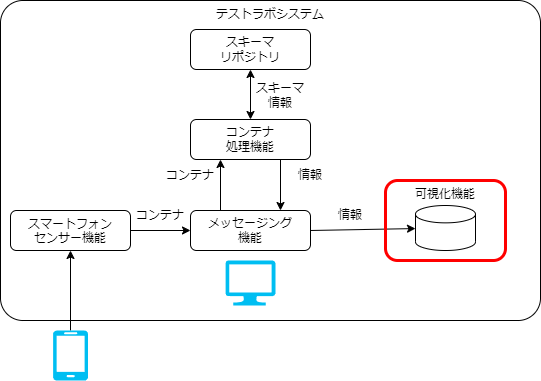
Earlier version of the draw.io export docs/testlab_system/environment/overview_target5.drawio.png (data-container-for-wearable-sensor/StartGuide). Source tidied: cells renumbered, new cells last; positions are measured from the earlier drawing's top-left corner, leaving out a move shared by most shapes.
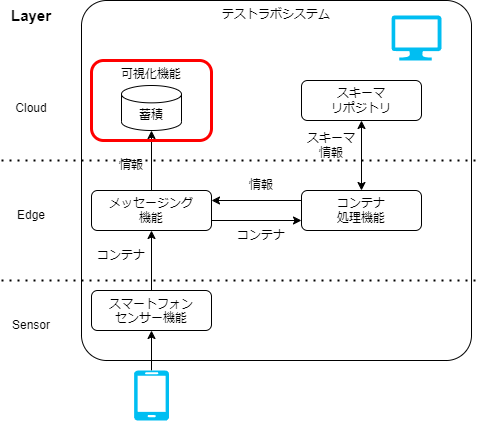
After the change.

Diff of the diagram source:
```diff
@@ -3,64 +3,88 @@
     <mxCell id="0" />
     <mxCell id="1" parent="0" />
     <mxCell id="2" value="テストラボシステム" style="rounded=1;whiteSpace=wrap;html=1;fillColor=none;align=center;verticalAlign=top;arcSize=7;" parent="1" vertex="1">
-      <mxGeometry width="540" height="320" as="geometry" />
+      <mxGeometry x="110" y="90" width="390" height="360" as="geometry" />
     </mxCell>
-    <mxCell id="3" style="edgeStyle=none;html=1;exitX=1;exitY=0.5;exitDx=0;exitDy=0;strokeColor=#000000;strokeWidth=1;" parent="1" edge="1" source="6" target="21">
-      <mxGeometry relative="1" as="geometry" />
-    </mxCell>
+    <mxCell id="5" style="edgeStyle=none;html=1;" parent="1" edge="1" source="4" target="6">
+      <mxGeometry relative="1" as="geometry" />
+    </mxCell>
-    <mxCell id="4" value="&lt;span style=&quot;border-color: var(--border-color);&quot;&gt;スマートフォン&lt;/span&gt;&lt;br style=&quot;border-color: var(--border-color);&quot;&gt;&lt;span style=&quot;border-color: var(--border-color);&quot;&gt;センサー機能&lt;/span&gt;" style="rounded=1;whiteSpace=wrap;html=1;fillColor=none;verticalAlign=top;strokeColor=#000000;shadow=0;" parent="1" vertex="1">
-      <mxGeometry x="10" y="210" width="120" height="40" as="geometry" />
+    <mxCell id="4" value="&lt;span style=&quot;border-color: var(--border-color);&quot;&gt;スマートフォン&lt;/span&gt;&lt;br style=&quot;border-color: var(--border-color);&quot;&gt;&lt;span style=&quot;border-color: var(--border-color);&quot;&gt;センサー機能&lt;/span&gt;" style="rounded=1;whiteSpace=wrap;html=1;fillColor=none;verticalAlign=top;" parent="1" vertex="1">
+      <mxGeometry x="120" y="380" width="120" height="40" as="geometry" />
     </mxCell>
-    <mxCell id="5" style="edgeStyle=none;html=1;entryX=0;entryY=0.5;entryDx=0;entryDy=0;" parent="1" edge="1" source="4" target="6">
-      <mxGeometry relative="1" as="geometry" />
-    </mxCell>
+    <mxCell id="22" style="edgeStyle=none;html=1;" parent="1" edge="1" source="6" target="25">
+      <mxGeometry relative="1" as="geometry" />
+    </mxCell>
-    <mxCell id="6" value="メッセージング&lt;br&gt;機能" style="rounded=1;whiteSpace=wrap;html=1;fillColor=none;strokeColor=#000000;shadow=0;" parent="1" vertex="1">
-      <mxGeometry x="190" y="210" width="120" height="40" as="geometry" />
+    <mxCell id="6" value="メッセージング&lt;br&gt;機能" style="rounded=1;whiteSpace=wrap;html=1;fillColor=none;" parent="1" vertex="1">
+      <mxGeometry x="120" y="280" width="120" height="40" as="geometry" />
     </mxCell>
     <mxCell id="7" value="コンテナ&lt;br&gt;処理機能" style="rounded=1;whiteSpace=wrap;html=1;fillColor=none;" parent="1" vertex="1">
-      <mxGeometry x="190" y="119" width="120" height="40" as="geometry" />
+      <mxGeometry x="330" y="280" width="120" height="40" as="geometry" />
     </mxCell>
-    <mxCell id="8" value="情報" style="text;html=1;strokeColor=none;fillColor=none;align=center;verticalAlign=middle;whiteSpace=wrap;rounded=0;" parent="1" vertex="1">
-      <mxGeometry x="320" y="200" width="60" height="30" as="geometry" />
-    </mxCell>
-    <mxCell id="9" value="コンテナ" style="text;html=1;strokeColor=none;fillColor=none;align=center;verticalAlign=middle;whiteSpace=wrap;rounded=0;" parent="1" vertex="1">
-      <mxGeometry x="130" y="200" width="60" height="30" as="geometry" />
-    </mxCell>
+    <mxCell id="23" value="情報" style="text;html=1;strokeColor=none;fillColor=none;align=center;verticalAlign=middle;whiteSpace=wrap;rounded=0;" parent="1" vertex="1">
+      <mxGeometry x="130" y="240" width="60" height="30" as="geometry" />
+    </mxCell>
+    <mxCell id="24" value="コンテナ" style="text;html=1;strokeColor=none;fillColor=none;align=center;verticalAlign=middle;whiteSpace=wrap;rounded=0;" parent="1" vertex="1">
+      <mxGeometry x="120" y="330" width="60" height="30" as="geometry" />
+    </mxCell>
-    <mxCell id="10" style="endArrow=classic;html=1;exitX=0.25;exitY=0;exitDx=0;exitDy=0;entryX=0.25;entryY=1;entryDx=0;entryDy=0;" parent="1" edge="1" source="6" target="7">
+    <mxCell id="10" style="endArrow=classic;html=1;exitX=1;exitY=0.75;exitDx=0;exitDy=0;entryX=0;entryY=0.75;entryDx=0;entryDy=0;" parent="1" edge="1" source="6" target="7">
       <mxGeometry relative="1" as="geometry" />
     </mxCell>
-    <mxCell id="11" style="endArrow=classic;html=1;exitX=0.75;exitY=1;exitDx=0;exitDy=0;entryX=0.75;entryY=0;entryDx=0;entryDy=0;" parent="1" edge="1" source="7" target="6">
+    <mxCell id="11" style="endArrow=classic;html=1;exitX=0;exitY=0.25;exitDx=0;exitDy=0;entryX=1;entryY=0.25;entryDx=0;entryDy=0;" parent="1" edge="1" source="7" target="6">
       <mxGeometry relative="1" as="geometry" />
     </mxCell>
     <mxCell id="12" value="スキーマ&lt;br&gt;リポジトリ" style="rounded=1;whiteSpace=wrap;html=1;fillColor=none;" parent="1" vertex="1">
-      <mxGeometry x="190" y="29" width="120" height="40" as="geometry" />
+      <mxGeometry x="330" y="170" width="120" height="40" as="geometry" />
     </mxCell>
-    <mxCell id="13" value="コンテナ" style="text;html=1;strokeColor=none;fillColor=none;align=center;verticalAlign=middle;whiteSpace=wrap;rounded=0;" parent="1" vertex="1">
-      <mxGeometry x="160" y="160" width="60" height="30" as="geometry" />
-    </mxCell>
-    <mxCell id="14" value="情報" style="text;html=1;strokeColor=none;fillColor=none;align=center;verticalAlign=middle;whiteSpace=wrap;rounded=0;" parent="1" vertex="1">
-      <mxGeometry x="280" y="160" width="60" height="30" as="geometry" />
-    </mxCell>
+    <mxCell id="25" value="蓄積" style="shape=cylinder3;whiteSpace=wrap;html=1;boundedLbl=1;backgroundOutline=1;size=8.676963806152344;" parent="1" vertex="1">
+      <mxGeometry x="150" y="175" width="60" height="45" as="geometry" />
+    </mxCell>
+    <mxCell id="26" value="コンテナ" style="text;html=1;strokeColor=none;fillColor=none;align=center;verticalAlign=middle;whiteSpace=wrap;rounded=0;" parent="1" vertex="1">
+      <mxGeometry x="260" y="310" width="60" height="30" as="geometry" />
+    </mxCell>
+    <mxCell id="27" value="情報" style="text;html=1;strokeColor=none;fillColor=none;align=center;verticalAlign=middle;whiteSpace=wrap;rounded=0;" parent="1" vertex="1">
+      <mxGeometry x="260" y="260" width="60" height="30" as="geometry" />
+    </mxCell>
     <mxCell id="15" value="スキーマ情報" style="text;html=1;strokeColor=none;fillColor=none;align=center;verticalAlign=middle;whiteSpace=wrap;rounded=0;" parent="1" vertex="1">
-      <mxGeometry x="250" y="80" width="60" height="30" as="geometry" />
+      <mxGeometry x="330" y="220" width="60" height="30" as="geometry" />
     </mxCell>
     <mxCell id="16" style="endArrow=classic;startArrow=classic;html=1;entryX=0.5;entryY=1;entryDx=0;entryDy=0;exitX=0.5;exitY=0;exitDx=0;exitDy=0;" parent="1" edge="1" source="7" target="12">
       <mxGeometry relative="1" as="geometry" />
     </mxCell>
-    <mxCell id="17" style="edgeStyle=none;html=1;" parent="1" edge="1" source="18" target="4">
-      <mxGeometry relative="1" as="geometry" />
-    </mxCell>
-    <mxCell id="18" style="verticalLabelPosition=bottom;html=1;verticalAlign=top;align=center;strokeColor=none;fillColor=#00BEF2;shape=mxgraph.azure.mobile;" parent="1" vertex="1">
-      <mxGeometry x="52.5" y="330" width="35" height="50" as="geometry" />
-    </mxCell>
-    <mxCell id="19" style="verticalLabelPosition=bottom;html=1;verticalAlign=top;align=center;strokeColor=none;fillColor=#00BEF2;shape=mxgraph.azure.computer;" parent="1" vertex="1">
-      <mxGeometry x="225" y="260" width="50" height="45" as="geometry" />
-    </mxCell>
+    <mxCell id="28" style="edgeStyle=none;html=1;" parent="1" edge="1" source="29" target="4">
+      <mxGeometry relative="1" as="geometry" />
+    </mxCell>
+    <mxCell id="29" style="verticalLabelPosition=bottom;html=1;verticalAlign=top;align=center;strokeColor=none;fillColor=#00BEF2;shape=mxgraph.azure.mobile;" parent="1" vertex="1">
+      <mxGeometry x="162.5" y="460" width="35" height="50" as="geometry" />
+    </mxCell>
+    <mxCell id="30" style="verticalLabelPosition=bottom;html=1;verticalAlign=top;align=center;strokeColor=none;fillColor=#00BEF2;shape=mxgraph.azure.computer;" parent="1" vertex="1">
+      <mxGeometry x="420" y="105" width="50" height="45" as="geometry" />
+    </mxCell>
     <mxCell id="20" value="可視化機能" style="rounded=1;whiteSpace=wrap;html=1;fillColor=none;verticalAlign=top;strokeColor=#FF0000;strokeWidth=3;" parent="1" vertex="1">
-      <mxGeometry x="385" y="180" width="120" height="80" as="geometry" />
+      <mxGeometry x="120" y="150" width="120" height="80" as="geometry" />
     </mxCell>
-    <mxCell id="21" style="shape=cylinder3;whiteSpace=wrap;html=1;boundedLbl=1;backgroundOutline=1;size=8.676963806152344;" parent="1" vertex="1">
-      <mxGeometry x="415" y="205" width="60" height="45" as="geometry" />
-    </mxCell>
+    <mxCell id="31" style="endArrow=none;dashed=1;html=1;dashPattern=1 3;strokeWidth=2;" parent="1" edge="1">
+      <mxGeometry relative="1" as="geometry">
+        <mxPoint x="30" y="250" as="sourcePoint" />
+        <mxPoint x="510" y="250" as="targetPoint" />
+      </mxGeometry>
+    </mxCell>
+    <mxCell id="32" style="endArrow=none;dashed=1;html=1;dashPattern=1 3;strokeWidth=2;" parent="1" edge="1">
+      <mxGeometry relative="1" as="geometry">
+        <mxPoint x="30" y="370" as="sourcePoint" />
+        <mxPoint x="510" y="370" as="targetPoint" />
+      </mxGeometry>
+    </mxCell>
+    <mxCell id="33" value="Cloud" style="text;html=1;strokeColor=none;fillColor=none;align=center;verticalAlign=middle;whiteSpace=wrap;rounded=0;" parent="1" vertex="1">
+      <mxGeometry x="30" y="182.5" width="60" height="30" as="geometry" />
+    </mxCell>
+    <mxCell id="34" value="Layer" style="text;html=1;strokeColor=none;fillColor=none;align=center;verticalAlign=middle;whiteSpace=wrap;rounded=0;fontStyle=1;fontSize=15;" parent="1" vertex="1">
+      <mxGeometry x="30" y="90" width="60" height="30" as="geometry" />
+    </mxCell>
+    <mxCell id="35" value="Edge" style="text;html=1;strokeColor=none;fillColor=none;align=center;verticalAlign=middle;whiteSpace=wrap;rounded=0;" parent="1" vertex="1">
+      <mxGeometry x="30" y="290" width="60" height="30" as="geometry" />
+    </mxCell>
+    <mxCell id="36" value="Sensor" style="text;html=1;strokeColor=none;fillColor=none;align=center;verticalAlign=middle;whiteSpace=wrap;rounded=0;" parent="1" vertex="1">
+      <mxGeometry x="30" y="400" width="60" height="30" as="geometry" />
+    </mxCell>
   </root>
 </mxGraphModel>
```
